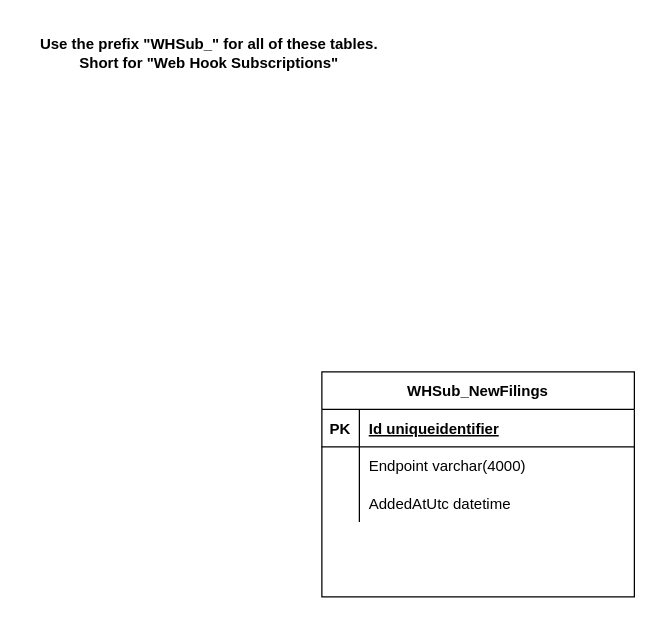
TimHanewich/Aletheia-Engine-Library keeps this draw.io diagram as page "Webhook Triggers" (2 of 2) of AletheiaErd.drawio. Above is the earlier version. Source tidied: cells renumbered, new cells numbered last; positions are measured from the earlier drawing's top-left corner, leaving out a move shared by most shapes. Both pictures are drawn from the tidied source at 125%, with x=0, y=0 at pixel (21, 21).
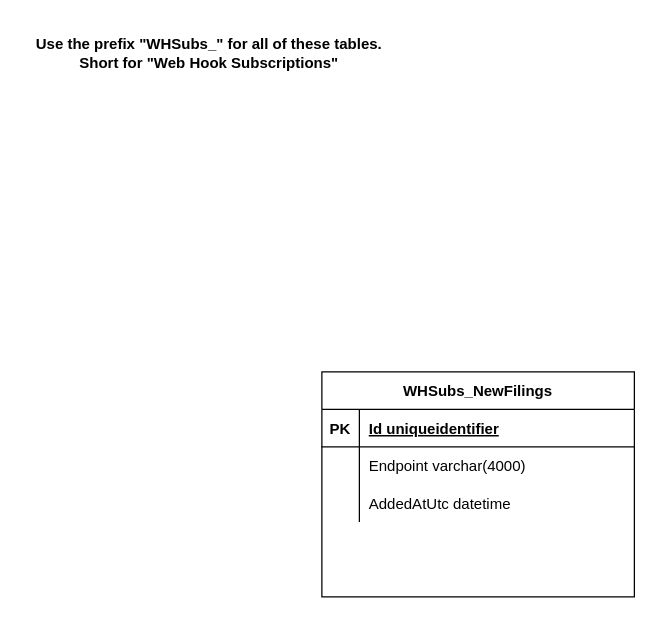
The same page after the edit.

Commit message:
Made the prefix for webhook tables plural

The edit, as a diff of the source:
```diff
@@
 <mxGraphModel>
   <root>
     <mxCell id="0" />
     <mxCell id="1" parent="0" />
-    <mxCell id="2" value="WHSub_NewFilings" style="shape=table;startSize=30;childLayout=tableLayout;rowLines=0;fontStyle=1;align=center;" parent="1" vertex="1">
+    <mxCell id="2" value="WHSubs_NewFilings" style="shape=table;startSize=30;childLayout=tableLayout;rowLines=0;fontStyle=1;align=center;" parent="1" vertex="1">
       <mxGeometry x="240" y="280" width="250" height="180" as="geometry" />
     </mxCell>
     <mxCell id="3" style="shape=partialRectangle;fillColor=none;top=0;left=0;bottom=1;right=0;" parent="2" vertex="1">
       <mxGeometry y="30" width="250" height="30" as="geometry" />
     </mxCell>
     <mxCell id="4" value="PK" style="shape=partialRectangle;fillColor=none;top=0;left=0;bottom=0;right=0;fontStyle=1;overflow=hidden;" parent="3" vertex="1">
       <mxGeometry width="30" height="30" as="geometry" />
     </mxCell>
     <mxCell id="5" value="Id uniqueidentifier" style="shape=partialRectangle;fillColor=none;top=0;left=0;bottom=0;right=0;align=left;spacingLeft=6;fontStyle=5;overflow=hidden;" parent="3" vertex="1">
       <mxGeometry x="30" width="220" height="30" as="geometry" />
     </mxCell>
     <mxCell id="6" style="shape=partialRectangle;fillColor=none;top=0;left=0;bottom=0;right=0;" parent="2" vertex="1">
       <mxGeometry y="60" width="250" height="30" as="geometry" />
     </mxCell>
     <mxCell id="7" style="shape=partialRectangle;fillColor=none;top=0;left=0;bottom=0;right=0;overflow=hidden;" parent="6" vertex="1">
       <mxGeometry width="30" height="30" as="geometry" />
     </mxCell>
     <mxCell id="8" value="Endpoint varchar(4000)" style="shape=partialRectangle;fillColor=none;top=0;left=0;bottom=0;right=0;align=left;spacingLeft=6;overflow=hidden;" parent="6" vertex="1">
       <mxGeometry x="30" width="220" height="30" as="geometry" />
     </mxCell>
     <mxCell id="9" style="shape=partialRectangle;fillColor=none;top=0;left=0;bottom=0;right=0;" parent="2" vertex="1">
       <mxGeometry y="90" width="250" height="30" as="geometry" />
     </mxCell>
     <mxCell id="10" style="shape=partialRectangle;fillColor=none;top=0;left=0;bottom=0;right=0;overflow=hidden;" parent="9" vertex="1">
       <mxGeometry width="30" height="30" as="geometry" />
     </mxCell>
     <mxCell id="11" value="AddedAtUtc datetime" style="shape=partialRectangle;fillColor=none;top=0;left=0;bottom=0;right=0;align=left;spacingLeft=6;overflow=hidden;" parent="9" vertex="1">
       <mxGeometry x="30" width="220" height="30" as="geometry" />
     </mxCell>
-    <mxCell id="12" value="Use the prefix &quot;WHSub_&quot; for all of these tables. Short for &quot;Web Hook Subscriptions&quot;" style="text;html=1;strokeColor=none;fillColor=none;align=center;verticalAlign=middle;whiteSpace=wrap;rounded=0;fontStyle=1;" parent="1" vertex="1">
+    <mxCell id="12" value="Use the prefix &quot;WHSubs_&quot; for all of these tables. Short for &quot;Web Hook Subscriptions&quot;" style="text;html=1;strokeColor=none;fillColor=none;align=center;verticalAlign=middle;whiteSpace=wrap;rounded=0;fontStyle=1;" parent="1" vertex="1">
       <mxGeometry width="300" height="50" as="geometry" />
     </mxCell>
   </root>
 </mxGraphModel>
```
